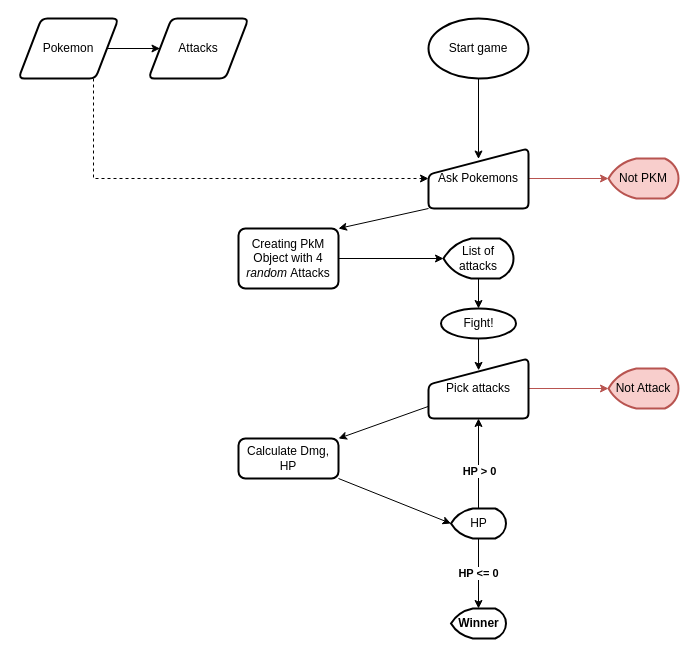
This is PokeFight.drawio from psyrgkan/Project-Pokemon-1, a draw.io file, before an edit. Source tidied: cells renumbered, new cells numbered last; positions are measured from the earlier drawing's top-left corner, leaving out a move shared by most shapes. Both pictures are drawn from the tidied source at 100%, with x=0, y=0 at pixel (18, 18).
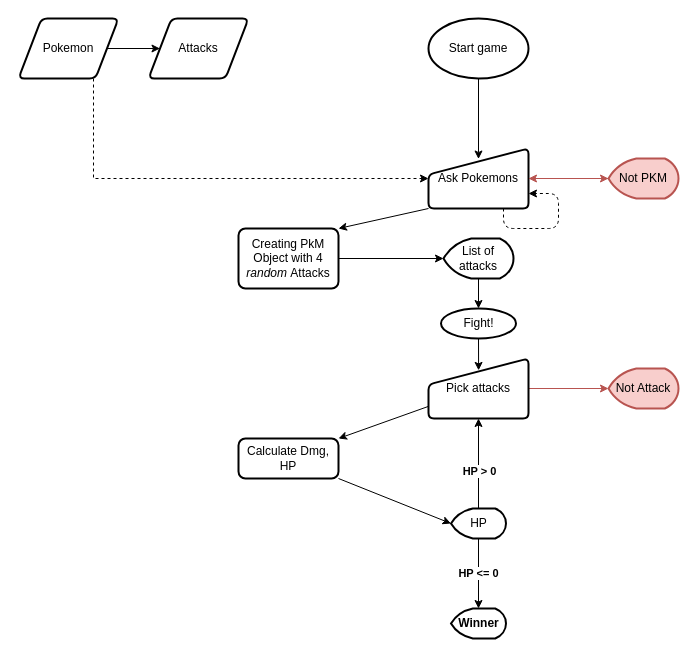
After the change.

The change refers to these unchanged cells:
```xml
<mxCell id="10" value="Ask Pokemons" style="html=1;strokeWidth=2;shape=manualInput;whiteSpace=wrap;rounded=1;size=26;arcSize=11;" parent="1" vertex="1">
  <mxGeometry x="410" y="130" width="100" height="60" as="geometry" />
</mxCell>
<mxCell id="11" value="Not PKM" style="strokeWidth=2;html=1;shape=mxgraph.flowchart.display;whiteSpace=wrap;fillColor=#f8cecc;strokeColor=#b85450;" parent="1" vertex="1">
  <mxGeometry x="590" y="140" width="70" height="40" as="geometry" />
</mxCell>
```

The edit, as a diff of the source:
```diff
@@
+    <mxCell id="30" style="edgeStyle=orthogonalEdgeStyle;jettySize=auto;html=1;strokeColor=#b85450;fillColor=#f8cecc;" parent="1" edge="1" source="11" target="10">
+      <mxGeometry relative="1" as="geometry">
+        <Array as="points">
+          <mxPoint x="560" y="160" />
+          <mxPoint x="560" y="160" />
+        </Array>
+      </mxGeometry>
+    </mxCell>
@@
+    <mxCell id="31" style="edgeStyle=orthogonalEdgeStyle;orthogonalLoop=1;jettySize=auto;html=1;exitX=0.75;exitY=1;exitDx=0;exitDy=0;entryX=1;entryY=0.75;entryDx=0;entryDy=0;dashed=1;" parent="1" edge="1" source="10" target="10">
+      <mxGeometry relative="1" as="geometry">
+        <Array as="points">
+          <mxPoint x="485" y="210" />
+          <mxPoint x="540" y="210" />
+          <mxPoint x="540" y="175" />
+        </Array>
+      </mxGeometry>
+    </mxCell>
```
